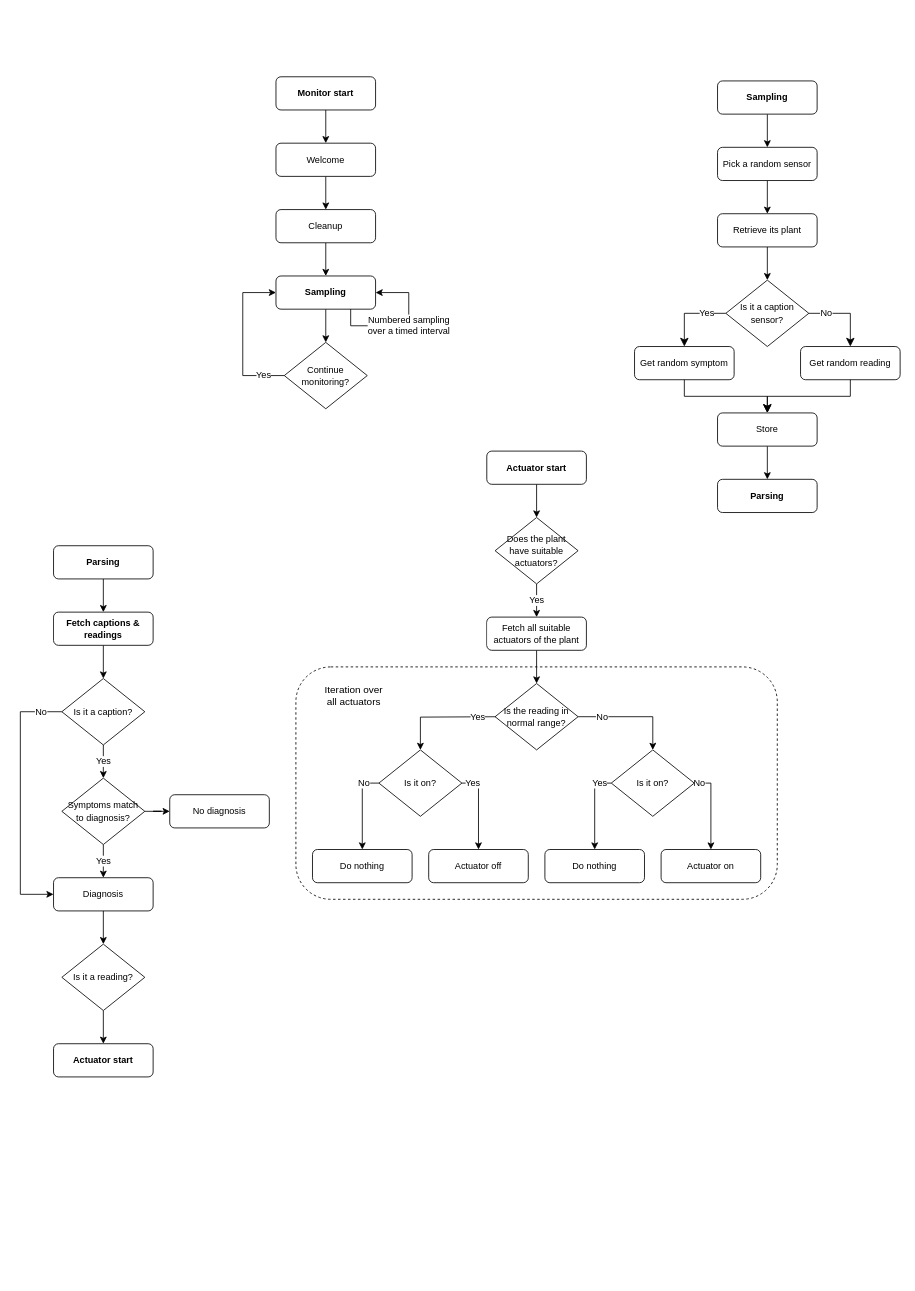
Above: docs/monitor_mode_rules.drawio in francescoperagine/GreMaES (draw.io), before the change. Source tidied: cells renumbered, new cells numbered last; positions are measured from the earlier drawing's top-left corner, leaving out a move shared by most shapes. Both pictures are drawn from the tidied source at 83%, with x=0, y=0 at pixel (20, 76).
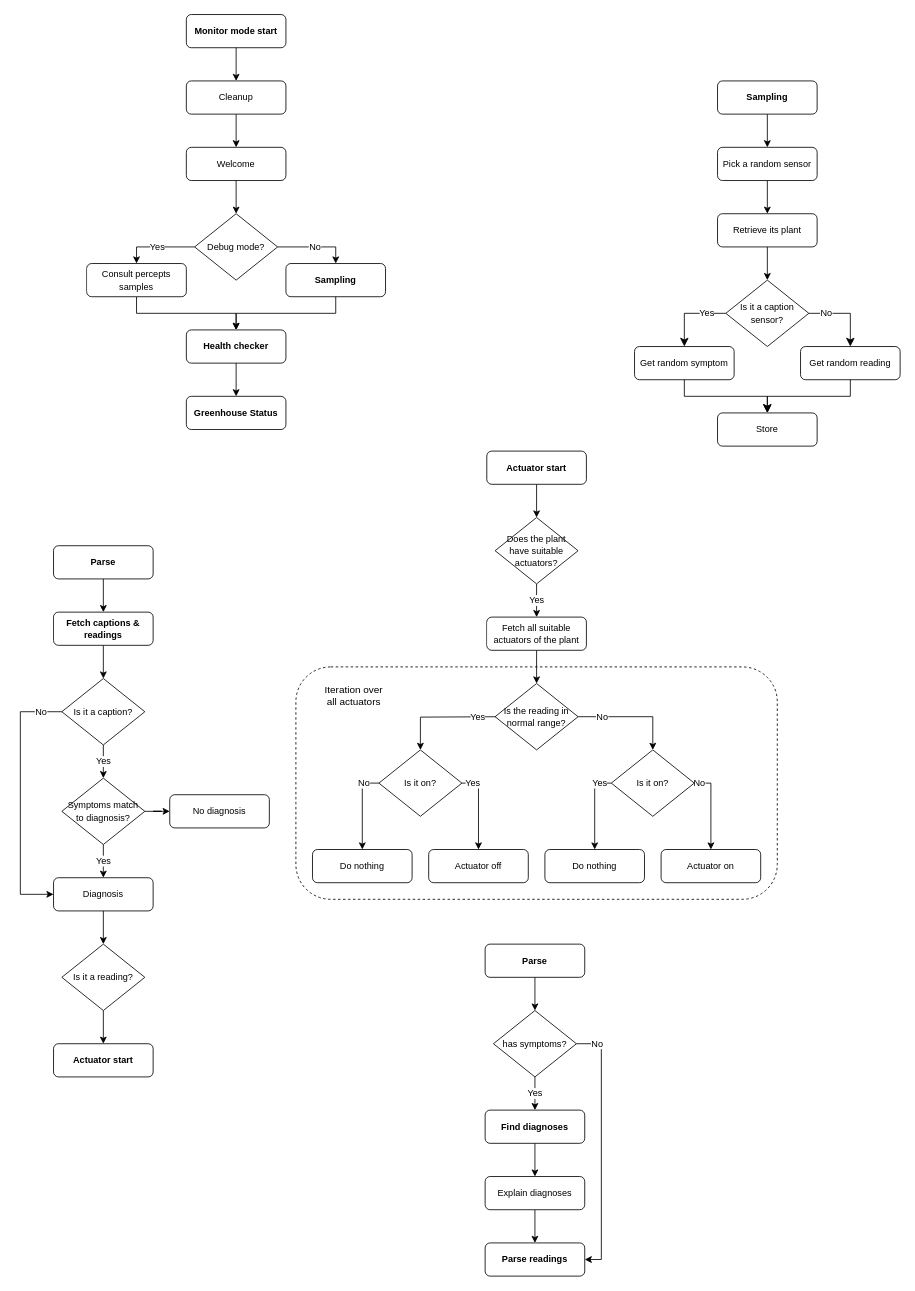
The same page after the edit.

Commit message (it also covers changes not shown here):
refactoring, diagram updates

Unchanged cells that the change refers to:
```xml
<mxCell id="30" value="&lt;span style=&quot;font-size: 11px;&quot;&gt;Store&lt;br&gt;&lt;/span&gt;" style="rounded=1;whiteSpace=wrap;html=1;fontSize=12;glass=0;strokeWidth=1;shadow=0;fontStyle=0;labelBackgroundColor=default;labelBorderColor=none;" parent="1" vertex="1">
  <mxGeometry x="840" y="405" width="120" height="40" as="geometry" />
</mxCell>
```

The edit, as a diff of the source:
```diff
@@
-    <mxCell id="6" value="&lt;span style=&quot;font-size: 11px;&quot;&gt;Parsing&lt;br&gt;&lt;/span&gt;" style="rounded=1;whiteSpace=wrap;html=1;fontSize=12;glass=0;strokeWidth=1;shadow=0;fontStyle=1;labelBackgroundColor=default;labelBorderColor=none;" parent="1" vertex="1">
+    <mxCell id="6" value="&lt;span style=&quot;font-size: 11px;&quot;&gt;Parse&lt;br&gt;&lt;/span&gt;" style="rounded=1;whiteSpace=wrap;html=1;fontSize=12;glass=0;strokeWidth=1;shadow=0;fontStyle=1;labelBackgroundColor=default;labelBorderColor=none;" parent="1" vertex="1">
       <mxGeometry x="40" y="565" width="120" height="40" as="geometry" />
     </mxCell>
@@
-    <mxCell id="9" style="edgeStyle=orthogonalEdgeStyle;rounded=0;jettySize=auto;html=1;labelBackgroundColor=default;fontFamily=Helvetica;fontSize=12;fontColor=default;" parent="1" edge="1" source="10" target="17">
-      <mxGeometry relative="1" as="geometry" />
-    </mxCell>
-    <mxCell id="10" value="&lt;span style=&quot;font-size: 11px;&quot;&gt;Sampling&lt;br&gt;&lt;/span&gt;" style="rounded=1;whiteSpace=wrap;html=1;fontSize=12;glass=0;strokeWidth=1;shadow=0;fontStyle=1;labelBackgroundColor=default;labelBorderColor=none;" parent="1" vertex="1">
-      <mxGeometry x="308" y="240" width="120" height="40" as="geometry" />
-    </mxCell>
-    <mxCell id="11" style="edgeStyle=orthogonalEdgeStyle;rounded=0;jettySize=auto;html=1;startArrow=none;startFill=0;endArrow=classic;endFill=1;" parent="1" edge="1" source="12" target="14">
+    <mxCell id="11" style="edgeStyle=orthogonalEdgeStyle;rounded=0;jettySize=auto;html=1;startArrow=none;startFill=0;endArrow=classic;endFill=1;exitX=0.5;exitY=1;exitDx=0;exitDy=0;entryX=0.5;entryY=0;entryDx=0;entryDy=0;" parent="1" edge="1" source="14" target="71">
       <mxGeometry relative="1" as="geometry" />
     </mxCell>
-    <mxCell id="12" value="&lt;span style=&quot;font-size: 11px;&quot;&gt;Monitor start&lt;br&gt;&lt;/span&gt;" style="rounded=1;whiteSpace=wrap;html=1;fontSize=12;glass=0;strokeWidth=1;shadow=0;fontStyle=1;labelBackgroundColor=default;labelBorderColor=none;" parent="1" vertex="1">
-      <mxGeometry x="308" width="120" height="40" as="geometry" />
+    <mxCell id="12" value="&lt;span style=&quot;font-size: 11px;&quot;&gt;Monitor mode start&lt;br&gt;&lt;/span&gt;" style="rounded=1;whiteSpace=wrap;html=1;fontSize=12;glass=0;strokeWidth=1;shadow=0;fontStyle=1;labelBackgroundColor=default;labelBorderColor=none;" parent="1" vertex="1">
+      <mxGeometry x="200" y="-75" width="120" height="40" as="geometry" />
     </mxCell>
-    <mxCell id="13" style="edgeStyle=orthogonalEdgeStyle;rounded=0;jettySize=auto;html=1;startArrow=none;startFill=0;endArrow=classic;endFill=1;" parent="1" edge="1" source="14" target="16">
+    <mxCell id="13" style="edgeStyle=orthogonalEdgeStyle;rounded=0;jettySize=auto;html=1;startArrow=none;startFill=0;endArrow=classic;endFill=1;" parent="1" edge="1" source="12" target="16">
       <mxGeometry relative="1" as="geometry" />
     </mxCell>
     <mxCell id="14" value="&lt;span style=&quot;font-size: 11px;&quot;&gt;Welcome&lt;br&gt;&lt;/span&gt;" style="rounded=1;whiteSpace=wrap;html=1;fontSize=12;glass=0;strokeWidth=1;shadow=0;fontStyle=0;labelBackgroundColor=default;labelBorderColor=none;" parent="1" vertex="1">
-      <mxGeometry x="308" y="80" width="120" height="40" as="geometry" />
+      <mxGeometry x="200" y="85" width="120" height="40" as="geometry" />
     </mxCell>
-    <mxCell id="15" style="edgeStyle=orthogonalEdgeStyle;rounded=0;jettySize=auto;html=1;startArrow=none;startFill=0;endArrow=classic;endFill=1;" parent="1" edge="1" source="16" target="10">
+    <mxCell id="15" style="edgeStyle=orthogonalEdgeStyle;rounded=0;jettySize=auto;html=1;startArrow=none;startFill=0;endArrow=classic;endFill=1;" parent="1" edge="1" source="16" target="14">
       <mxGeometry relative="1" as="geometry" />
     </mxCell>
     <mxCell id="16" value="&lt;span style=&quot;font-size: 11px;&quot;&gt;Cleanup&lt;br&gt;&lt;/span&gt;" style="rounded=1;whiteSpace=wrap;html=1;fontSize=12;glass=0;strokeWidth=1;shadow=0;fontStyle=0;labelBackgroundColor=default;labelBorderColor=none;" parent="1" vertex="1">
-      <mxGeometry x="308" y="160" width="120" height="40" as="geometry" />
+      <mxGeometry x="200" y="5" width="120" height="40" as="geometry" />
     </mxCell>
-    <mxCell id="17" value="&lt;span style=&quot;font-size: 11px;&quot;&gt;Continue monitoring?&lt;/span&gt;" style="rhombus;whiteSpace=wrap;html=1;" parent="1" vertex="1">
-      <mxGeometry x="318" y="320" width="100" height="80" as="geometry" />
-    </mxCell>
-    <mxCell id="18" value="Numbered sampling&lt;br&gt;over a timed interval" style="edgeStyle=orthogonalEdgeStyle;rounded=0;orthogonalLoop=1;jettySize=auto;html=1;startArrow=none;startFill=0;endArrow=classic;endFill=1;exitX=0.75;exitY=1;exitDx=0;exitDy=0;entryX=1;entryY=0.5;entryDx=0;entryDy=0;" parent="1" edge="1" source="10" target="10">
-      <mxGeometry x="0.06" relative="1" as="geometry">
-        <Array as="points">
-          <mxPoint x="398" y="300" />
-          <mxPoint x="468" y="300" />
-          <mxPoint x="468" y="260" />
-        </Array>
-      </mxGeometry>
-    </mxCell>
-    <mxCell id="19" value="Yes" style="edgeStyle=orthogonalEdgeStyle;rounded=0;jettySize=auto;html=1;startArrow=none;startFill=0;endArrow=classic;endFill=1;exitX=0;exitY=0.5;exitDx=0;exitDy=0;entryX=0;entryY=0.5;entryDx=0;entryDy=0;" parent="1" edge="1" source="17" target="10">
-      <mxGeometry x="-0.74" relative="1" as="geometry">
-        <Array as="points">
-          <mxPoint x="268" y="360" />
-          <mxPoint x="268" y="260" />
-        </Array>
-      </mxGeometry>
-    </mxCell>
@@
-    <mxCell id="29" style="edgeStyle=orthogonalEdgeStyle;rounded=0;jettySize=auto;html=1;labelBackgroundColor=default;fontFamily=Helvetica;fontSize=12;fontColor=default;" parent="1" edge="1" source="30" target="65">
-      <mxGeometry relative="1" as="geometry" />
-    </mxCell>
@@
-    <mxCell id="65" value="&lt;span style=&quot;font-size: 11px;&quot;&gt;Parsing&lt;br&gt;&lt;/span&gt;" style="rounded=1;whiteSpace=wrap;html=1;fontSize=12;glass=0;strokeWidth=1;shadow=0;fontStyle=1;labelBackgroundColor=default;labelBorderColor=none;" parent="1" vertex="1">
-      <mxGeometry x="840" y="485" width="120" height="40" as="geometry" />
-    </mxCell>
+    <mxCell id="66" value="&lt;span style=&quot;font-size: 11px;&quot;&gt;Health checker&lt;br&gt;&lt;/span&gt;" style="rounded=1;whiteSpace=wrap;html=1;fontSize=12;glass=0;strokeWidth=1;shadow=0;fontStyle=1;labelBackgroundColor=default;labelBorderColor=none;" parent="1" vertex="1">
+      <mxGeometry x="200" y="305" width="120" height="40" as="geometry" />
+    </mxCell>
+    <mxCell id="67" style="edgeStyle=orthogonalEdgeStyle;rounded=0;jettySize=auto;html=1;exitX=0.5;exitY=1;exitDx=0;exitDy=0;" parent="1" edge="1" source="68" target="66">
+      <mxGeometry relative="1" as="geometry" />
+    </mxCell>
+    <mxCell id="68" value="&lt;span style=&quot;font-size: 11px;&quot;&gt;Consult percepts samples&lt;br&gt;&lt;/span&gt;" style="rounded=1;whiteSpace=wrap;html=1;fontSize=12;glass=0;strokeWidth=1;shadow=0;fontStyle=0;labelBackgroundColor=default;labelBorderColor=none;" parent="1" vertex="1">
+      <mxGeometry x="80" y="225" width="120" height="40" as="geometry" />
+    </mxCell>
+    <mxCell id="69" value="&lt;span style=&quot;font-size: 11px;&quot;&gt;Greenhouse Status&lt;br&gt;&lt;/span&gt;" style="rounded=1;whiteSpace=wrap;html=1;fontSize=12;glass=0;strokeWidth=1;shadow=0;fontStyle=1;labelBackgroundColor=default;labelBorderColor=none;" parent="1" vertex="1">
+      <mxGeometry x="200" y="385" width="120" height="40" as="geometry" />
+    </mxCell>
+    <mxCell id="70" style="edgeStyle=orthogonalEdgeStyle;rounded=0;jettySize=auto;html=1;" parent="1" edge="1" source="66" target="69">
+      <mxGeometry relative="1" as="geometry" />
+    </mxCell>
+    <mxCell id="71" value="&lt;span style=&quot;font-size: 11px;&quot;&gt;Debug mode?&lt;/span&gt;" style="rhombus;whiteSpace=wrap;html=1;labelBackgroundColor=none;" parent="1" vertex="1">
+      <mxGeometry x="210" y="165" width="100" height="80" as="geometry" />
+    </mxCell>
+    <mxCell id="72" value="Yes" style="edgeStyle=orthogonalEdgeStyle;rounded=0;jettySize=auto;html=1;startArrow=none;startFill=0;endArrow=classic;endFill=1;exitX=0;exitY=0.5;exitDx=0;exitDy=0;entryX=0.5;entryY=0;entryDx=0;entryDy=0;" parent="1" edge="1" source="71" target="68">
+      <mxGeometry relative="1" as="geometry" />
+    </mxCell>
+    <mxCell id="10" value="&lt;span style=&quot;font-size: 11px;&quot;&gt;Sampling&lt;br&gt;&lt;/span&gt;" style="rounded=1;whiteSpace=wrap;html=1;fontSize=12;glass=0;strokeWidth=1;shadow=0;fontStyle=1;labelBackgroundColor=default;labelBorderColor=none;" parent="1" vertex="1">
+      <mxGeometry x="320" y="225" width="120" height="40" as="geometry" />
+    </mxCell>
+    <mxCell id="73" value="No" style="edgeStyle=orthogonalEdgeStyle;rounded=0;jettySize=auto;html=1;startArrow=none;startFill=0;endArrow=classic;endFill=1;exitX=1;exitY=0.5;exitDx=0;exitDy=0;entryX=0.5;entryY=0;entryDx=0;entryDy=0;" parent="1" edge="1" source="71" target="10">
+      <mxGeometry relative="1" as="geometry" />
+    </mxCell>
+    <mxCell id="74" style="edgeStyle=orthogonalEdgeStyle;rounded=0;jettySize=auto;html=1;exitX=0.5;exitY=1;exitDx=0;exitDy=0;entryX=0.5;entryY=0;entryDx=0;entryDy=0;" parent="1" edge="1" source="10" target="66">
+      <mxGeometry relative="1" as="geometry" />
+    </mxCell>
+    <mxCell id="75" value="&lt;span style=&quot;font-size: 11px;&quot;&gt;Parse&lt;br&gt;&lt;/span&gt;" style="rounded=1;whiteSpace=wrap;html=1;fontSize=12;glass=0;strokeWidth=1;shadow=0;fontStyle=1;labelBackgroundColor=default;labelBorderColor=none;" parent="1" vertex="1">
+      <mxGeometry x="560" y="1045" width="120" height="40" as="geometry" />
+    </mxCell>
+    <mxCell id="76" value="&lt;span style=&quot;font-size: 11px;&quot;&gt;Parse readings&lt;br&gt;&lt;/span&gt;" style="rounded=1;whiteSpace=wrap;html=1;fontSize=12;glass=0;strokeWidth=1;shadow=0;fontStyle=1;labelBackgroundColor=default;labelBorderColor=none;" parent="1" vertex="1">
+      <mxGeometry x="560" y="1405" width="120" height="40" as="geometry" />
+    </mxCell>
+    <mxCell id="77" style="edgeStyle=orthogonalEdgeStyle;rounded=0;jettySize=auto;html=1;" parent="1" edge="1" source="75" target="81">
+      <mxGeometry relative="1" as="geometry" />
+    </mxCell>
+    <mxCell id="78" style="edgeStyle=orthogonalEdgeStyle;rounded=0;jettySize=auto;html=1;" parent="1" edge="1" source="79" target="84">
+      <mxGeometry relative="1" as="geometry" />
+    </mxCell>
+    <mxCell id="79" value="&lt;span style=&quot;font-size: 11px;&quot;&gt;Find diagnoses&lt;br&gt;&lt;/span&gt;" style="rounded=1;whiteSpace=wrap;html=1;fontSize=12;glass=0;strokeWidth=1;shadow=0;fontStyle=1;labelBackgroundColor=default;labelBorderColor=none;" parent="1" vertex="1">
+      <mxGeometry x="560" y="1245" width="120" height="40" as="geometry" />
+    </mxCell>
+    <mxCell id="80" value="Yes" style="edgeStyle=orthogonalEdgeStyle;rounded=0;jettySize=auto;html=1;entryX=0.5;entryY=0;entryDx=0;entryDy=0;" parent="1" edge="1" source="81" target="79">
+      <mxGeometry relative="1" as="geometry" />
+    </mxCell>
+    <mxCell id="81" value="&lt;span style=&quot;font-size: 11px;&quot;&gt;has symptoms?&lt;/span&gt;" style="rhombus;whiteSpace=wrap;html=1;" parent="1" vertex="1">
+      <mxGeometry x="570" y="1125" width="100" height="80" as="geometry" />
+    </mxCell>
+    <mxCell id="82" value="No" style="edgeStyle=orthogonalEdgeStyle;rounded=0;jettySize=auto;html=1;exitX=1;exitY=0.5;exitDx=0;exitDy=0;entryX=1;entryY=0.5;entryDx=0;entryDy=0;" parent="1" edge="1" source="81" target="76">
+      <mxGeometry x="-0.84" relative="1" as="geometry" />
+    </mxCell>
+    <mxCell id="83" style="edgeStyle=orthogonalEdgeStyle;rounded=0;jettySize=auto;html=1;" parent="1" edge="1" source="84" target="76">
+      <mxGeometry relative="1" as="geometry" />
+    </mxCell>
+    <mxCell id="84" value="&lt;span style=&quot;font-size: 11px;&quot;&gt;Explain diagnoses&lt;br&gt;&lt;/span&gt;" style="rounded=1;whiteSpace=wrap;html=1;fontSize=12;glass=0;strokeWidth=1;shadow=0;fontStyle=0;labelBackgroundColor=default;labelBorderColor=none;" parent="1" vertex="1">
+      <mxGeometry x="560" y="1325" width="120" height="40" as="geometry" />
+    </mxCell>
```
